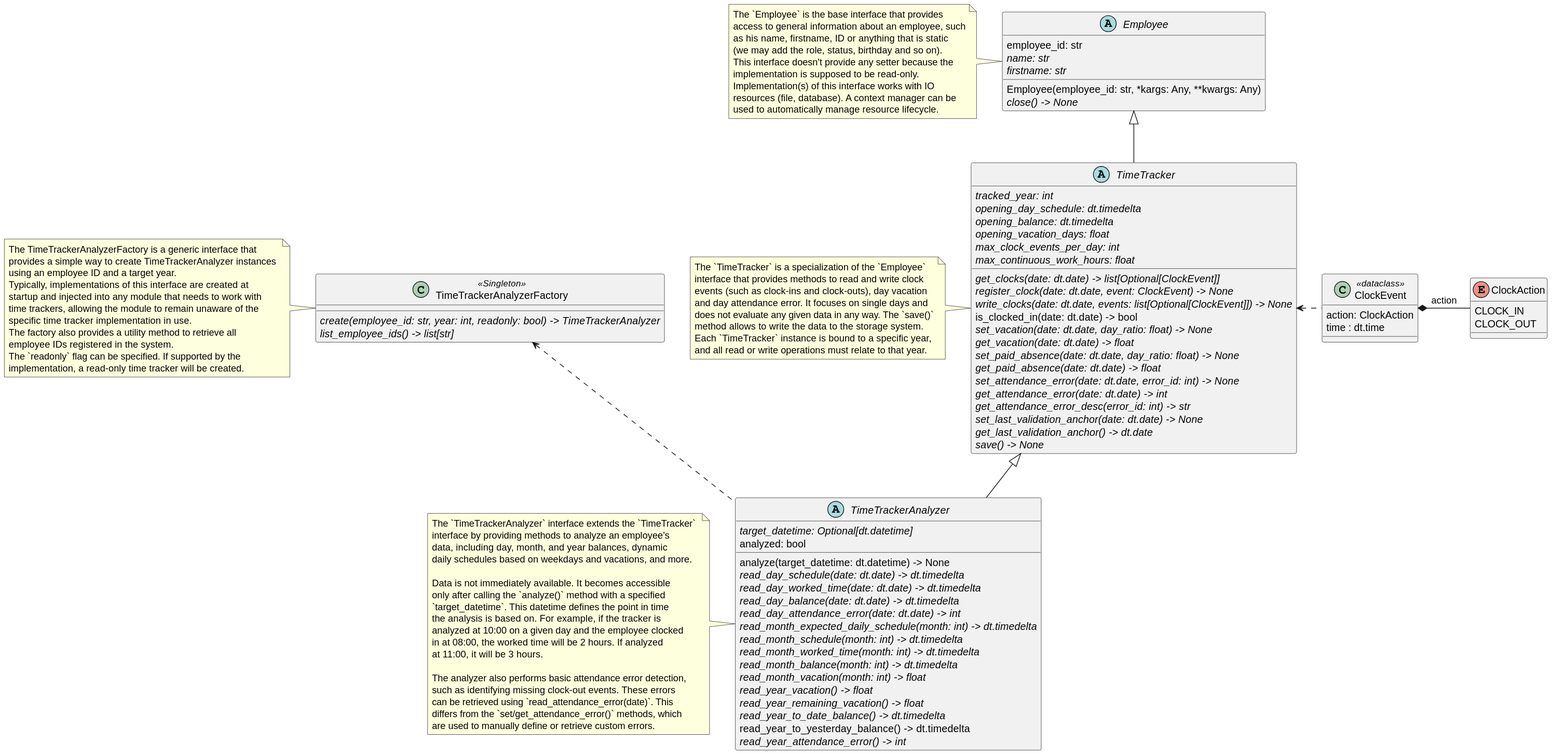
Above: doc/time_tracker.svg in Mecacerf/TeamBridge (PlantUML), before the change.
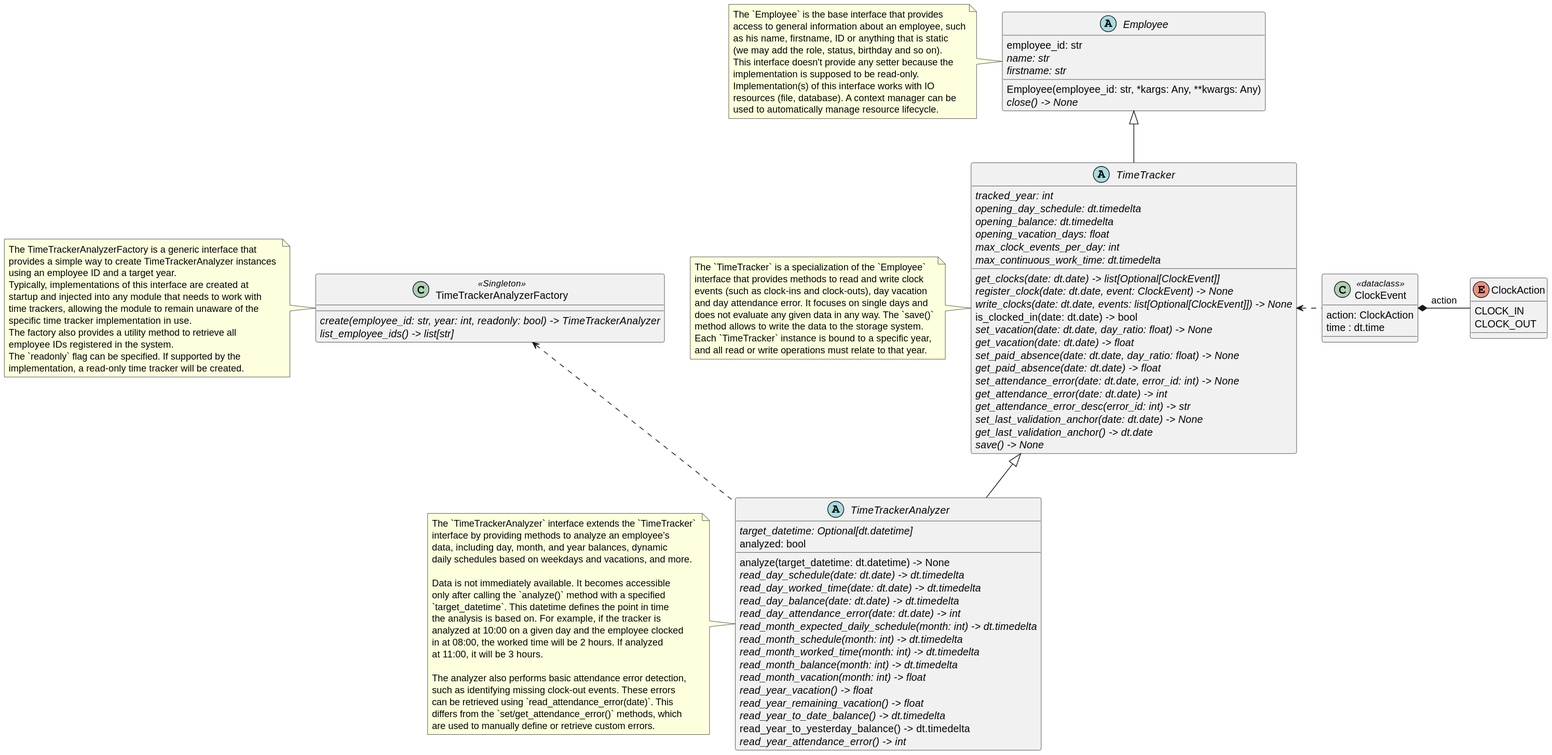
The same diagram one commit later.

Commit message:
feat: add validation anchor date, max continuous work hours and error ids are never None

What changed in the source:
```diff
@@ -26,7 +26,7 @@
   {abstract}opening_balance: dt.timedelta
   {abstract}opening_vacation_days: float
   {abstract}max_clock_events_per_day: int
-  {abstract}max_continuous_work_hours: float
+  {abstract}max_continuous_work_time: dt.timedelta
 
   {abstract}get_clocks(date: dt.date) -> list[Optional[ClockEvent]]
   {abstract}register_clock(date: dt.date, event: ClockEvent) -> None
```
